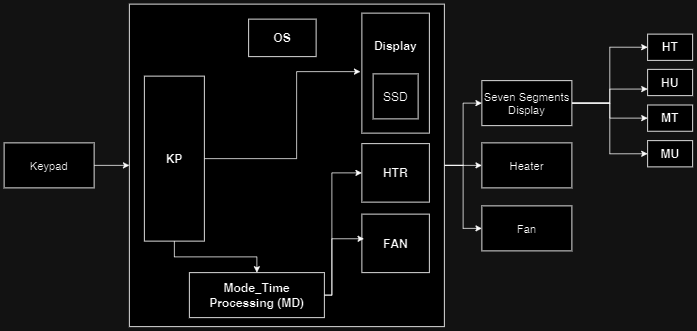
The draw.io diagram Microwave Oven SW Design - block Diagram.drawio.png in abdulrahman9901/Microwave-Oven-SW-Design, before a commit. Source tidied: cells renumbered, new cells last; positions are measured from the earlier drawing's top-left corner, leaving out a move shared by most shapes.
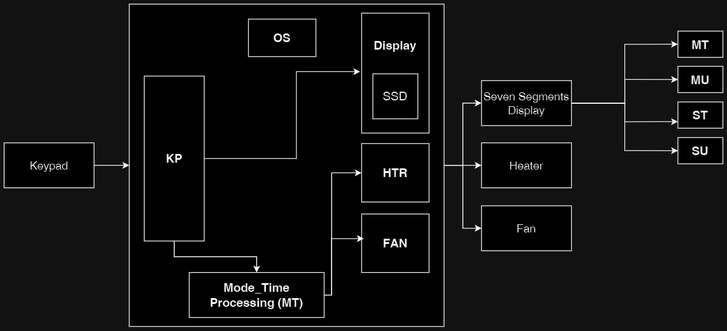
The same diagram one commit later.

What changed in the source:
```diff
@@ -2,16 +2,16 @@
   <root>
     <mxCell id="0" />
     <mxCell id="1" parent="0" />
-    <mxCell id="2" style="edgeStyle=orthogonalEdgeStyle;rounded=0;jettySize=auto;html=1;entryX=0;entryY=0.5;entryDx=0;entryDy=0;" parent="1" edge="1" source="6" target="27">
+    <mxCell id="2" style="edgeStyle=orthogonalEdgeStyle;rounded=0;jettySize=auto;html=1;entryX=0;entryY=0.5;entryDx=0;entryDy=0;" parent="1" edge="1" source="6" target="29">
       <mxGeometry relative="1" as="geometry" />
     </mxCell>
-    <mxCell id="3" style="edgeStyle=orthogonalEdgeStyle;rounded=0;jettySize=auto;html=1;entryX=0;entryY=0.75;entryDx=0;entryDy=0;" parent="1" edge="1" source="6" target="28">
+    <mxCell id="3" style="edgeStyle=orthogonalEdgeStyle;rounded=0;jettySize=auto;html=1;entryX=0;entryY=0.5;entryDx=0;entryDy=0;" parent="1" edge="1" source="6" target="30">
       <mxGeometry relative="1" as="geometry" />
     </mxCell>
-    <mxCell id="4" style="edgeStyle=orthogonalEdgeStyle;rounded=0;jettySize=auto;html=1;entryX=0;entryY=0.5;entryDx=0;entryDy=0;" parent="1" edge="1" source="6" target="29">
+    <mxCell id="4" style="edgeStyle=orthogonalEdgeStyle;rounded=0;jettySize=auto;html=1;entryX=0;entryY=0.75;entryDx=0;entryDy=0;" parent="1" edge="1" source="6" target="31">
       <mxGeometry relative="1" as="geometry" />
     </mxCell>
-    <mxCell id="5" style="edgeStyle=orthogonalEdgeStyle;rounded=0;jettySize=auto;html=1;entryX=0;entryY=0.5;entryDx=0;entryDy=0;" parent="1" edge="1" source="6" target="30">
+    <mxCell id="5" style="edgeStyle=orthogonalEdgeStyle;rounded=0;jettySize=auto;html=1;entryX=0;entryY=0.5;entryDx=0;entryDy=0;" parent="1" edge="1" source="6" target="32">
       <mxGeometry relative="1" as="geometry" />
     </mxCell>
     <mxCell id="6" value="Seven Segments Display" style="rounded=0;whiteSpace=wrap;html=1;fontStyle=0;fontSize=15;" parent="1" vertex="1">
@@ -91,20 +91,20 @@
         </Array>
       </mxGeometry>
     </mxCell>
-    <mxCell id="26" value="&lt;font style=&quot;font-size: 16px;&quot;&gt;&lt;b&gt;Mode_Time Processing (MD)&lt;/b&gt;&lt;/font&gt;" style="rounded=0;whiteSpace=wrap;html=1;" parent="1" vertex="1">
+    <mxCell id="26" value="&lt;font style=&quot;font-size: 16px;&quot;&gt;&lt;b&gt;Mode_Time Processing (MT)&lt;/b&gt;&lt;/font&gt;" style="rounded=0;whiteSpace=wrap;html=1;" parent="1" vertex="1">
       <mxGeometry x="247" y="358" width="180" height="60" as="geometry" />
     </mxCell>
-    <mxCell id="27" value="HT" style="rounded=0;whiteSpace=wrap;html=1;fontSize=16;fontStyle=1;" parent="1" vertex="1">
-      <mxGeometry x="858" y="40" width="60" height="35" as="geometry" />
-    </mxCell>
-    <mxCell id="28" value="HU" style="rounded=0;whiteSpace=wrap;html=1;fontSize=16;fontStyle=1;" parent="1" vertex="1">
-      <mxGeometry x="858" y="87" width="60" height="35" as="geometry" />
-    </mxCell>
     <mxCell id="29" value="MT" style="rounded=0;whiteSpace=wrap;html=1;fontSize=16;fontStyle=1;" parent="1" vertex="1">
-      <mxGeometry x="858" y="134.5" width="60" height="35" as="geometry" />
+      <mxGeometry x="899" y="36" width="60" height="35" as="geometry" />
     </mxCell>
     <mxCell id="30" value="MU" style="rounded=0;whiteSpace=wrap;html=1;fontSize=16;fontStyle=1;" parent="1" vertex="1">
-      <mxGeometry x="858" y="182" width="60" height="35" as="geometry" />
+      <mxGeometry x="899" y="83" width="60" height="35" as="geometry" />
     </mxCell>
+    <mxCell id="31" value="ST" style="rounded=0;whiteSpace=wrap;html=1;fontSize=16;fontStyle=1;" parent="1" vertex="1">
+      <mxGeometry x="899" y="130.5" width="60" height="35" as="geometry" />
+    </mxCell>
+    <mxCell id="32" value="SU" style="rounded=0;whiteSpace=wrap;html=1;fontSize=16;fontStyle=1;" parent="1" vertex="1">
+      <mxGeometry x="899" y="178" width="60" height="35" as="geometry" />
+    </mxCell>
   </root>
 </mxGraphModel>
```
